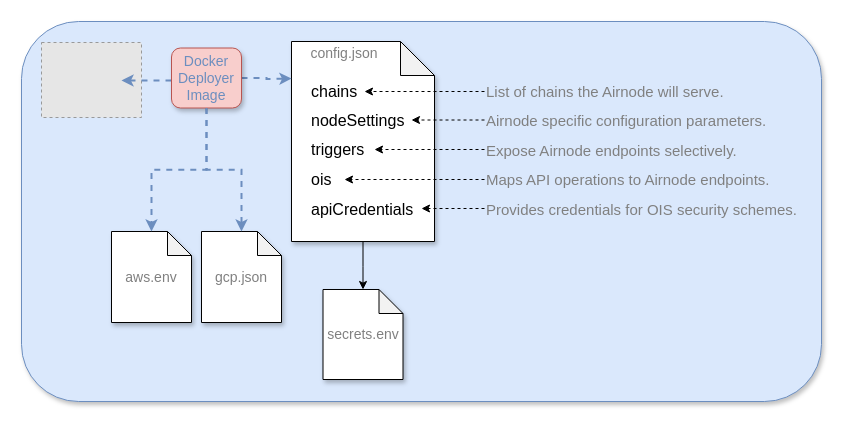
Before: docs/reference/airnode/latest/assets/diagrams/config-json.drawio in api3dao/vitepress-docs, a draw.io diagram. Source tidied: cells renumbered, new cells numbered last; positions are measured from the earlier drawing's top-left corner, leaving out a move shared by most shapes. Both pictures are drawn from the tidied source at 100%, with x=0, y=0 at pixel (21, 21). Pictures stored in the file or linked from it are replaced by grey dashed boxes.
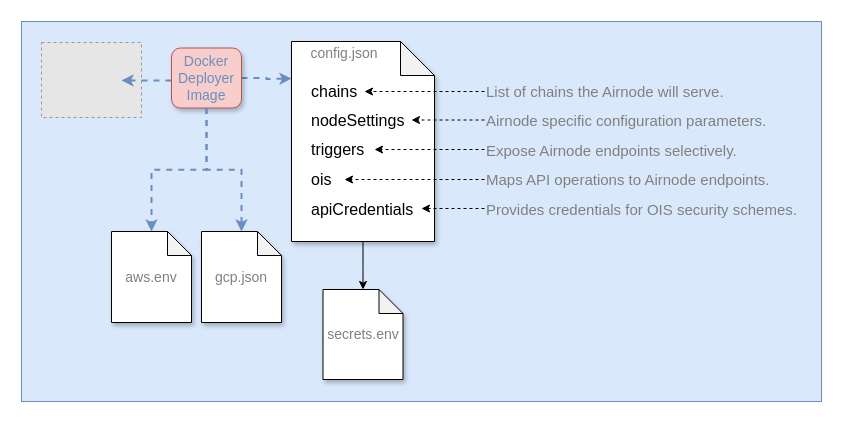
Above is the later version.

What changed in the source:
```diff
@@
-    <mxCell id="2" style="rounded=1;whiteSpace=wrap;html=1;fillColor=#dae8fc;strokeColor=#6c8ebf;shadow=1;" parent="1" vertex="1">
+    <mxCell id="2" style="rounded=0;whiteSpace=wrap;html=1;shadow=0;fillColor=#dae8fc;strokeColor=#6c8ebf;" parent="1" vertex="1">
       <mxGeometry width="800" height="380" as="geometry" />
     </mxCell>
```
